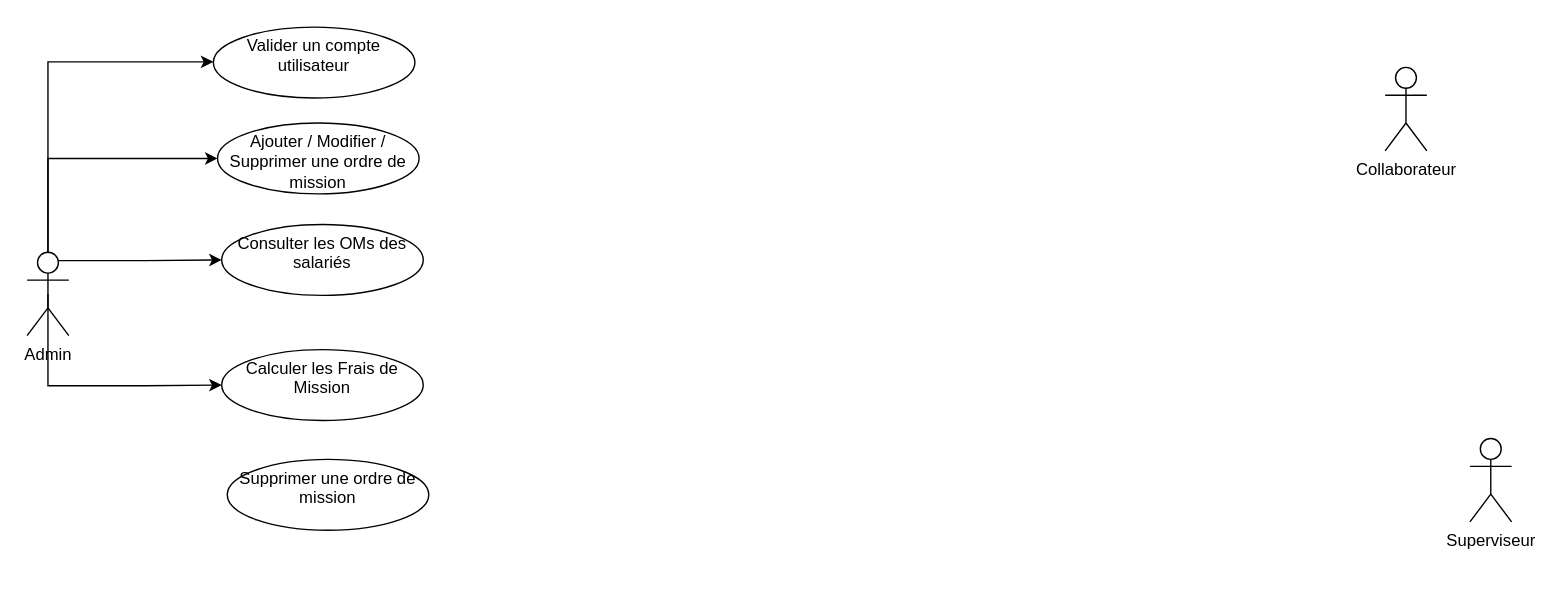
Above: useCaseApp.drawio in BARIGOU-Imane/Gestion-des-Ordres-de-Mission (draw.io), before the change. Source tidied: cells renumbered, new cells numbered last; positions are measured from the earlier drawing's top-left corner, leaving out a move shared by most shapes. Both pictures are drawn from the tidied source at 139%, with x=0, y=0 at pixel (26, 26).
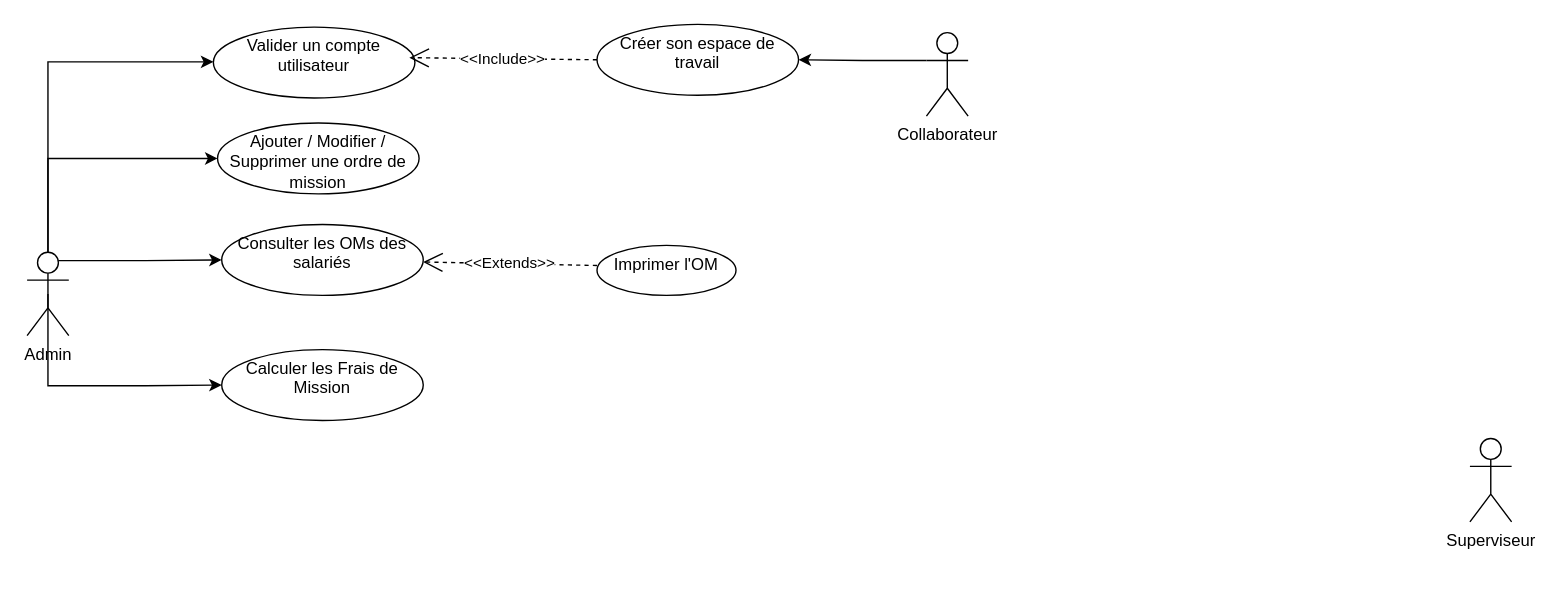
The same page after the edit.

Unchanged cells that the change refers to:
```xml
<mxCell id="11" value="&lt;div&gt;Consulter les OMs des salariés&lt;/div&gt;" style="ellipse;whiteSpace=wrap;html=1;verticalAlign=top;" parent="1" vertex="1">
  <mxGeometry x="140" y="142" width="145" height="51" as="geometry" />
</mxCell>
```

Change to the diagram source:
```diff
@@
+    <mxCell id="14" style="edgeStyle=orthogonalEdgeStyle;rounded=0;jettySize=auto;html=1;exitX=0;exitY=0.3333333333333333;exitDx=0;exitDy=0;exitPerimeter=0;" parent="1" edge="1" source="3" target="17">
+      <mxGeometry relative="1" as="geometry" />
+    </mxCell>
     <mxCell id="3" value="Collaborateur&lt;div&gt;&lt;br&gt;&lt;/div&gt;" style="shape=umlActor;verticalLabelPosition=bottom;verticalAlign=top;html=1;outlineConnect=0;" parent="1" vertex="1">
-      <mxGeometry x="977" y="29" width="30" height="60" as="geometry" />
+      <mxGeometry x="647" y="4" width="30" height="60" as="geometry" />
     </mxCell>
@@
-    <mxCell id="13" value="Supprimer une ordre de mission&lt;div&gt;&lt;br&gt;&lt;/div&gt;" style="ellipse;whiteSpace=wrap;html=1;verticalAlign=top;" parent="1" vertex="1">
-      <mxGeometry x="144" y="311" width="145" height="51" as="geometry" />
-    </mxCell>
+    <mxCell id="15" value="&amp;lt;&amp;lt;Extends&amp;gt;&amp;gt;" style="endArrow=open;endSize=12;dashed=1;html=1;rounded=0;exitX=0;exitY=0.403;exitDx=0;exitDy=0;exitPerimeter=0;" parent="1" edge="1" source="16" target="11">
+      <mxGeometry relative="1" as="geometry" />
+    </mxCell>
+    <mxCell id="16" value="Imprimer l'OM" style="ellipse;whiteSpace=wrap;html=1;verticalAlign=top;" parent="1" vertex="1">
+      <mxGeometry x="410" y="157" width="100" height="36" as="geometry" />
+    </mxCell>
+    <mxCell id="17" value="Créer son espace de travail" style="ellipse;whiteSpace=wrap;html=1;verticalAlign=top;" parent="1" vertex="1">
+      <mxGeometry x="410" y="-2" width="145" height="51" as="geometry" />
+    </mxCell>
+    <mxCell id="18" value="&amp;lt;&amp;lt;Include&amp;gt;&amp;gt;" style="endArrow=open;endSize=12;dashed=1;html=1;rounded=0;exitX=0;exitY=0.5;exitDx=0;exitDy=0;" parent="1" edge="1" source="17">
+      <mxGeometry relative="1" as="geometry">
+        <mxPoint x="275" y="22" as="targetPoint" />
+      </mxGeometry>
+    </mxCell>
```
